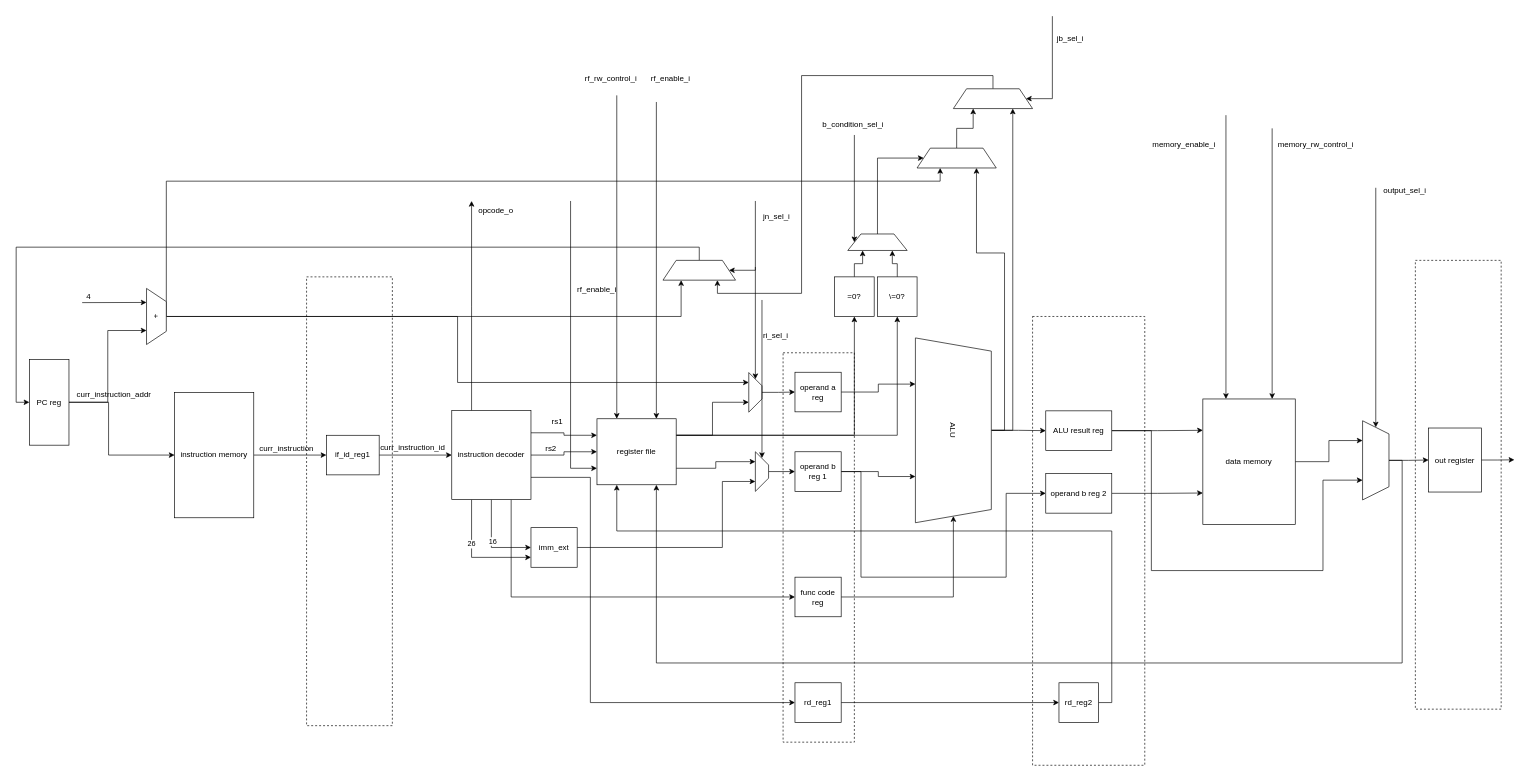
This is doc/DLX_DP.drawio from AKIRAsamadesu/DLX_proj, a draw.io file, before an edit. Source tidied: cells renumbered, new cells numbered last; positions are measured from the earlier drawing's top-left corner, leaving out a move shared by most shapes. Both pictures are drawn from the tidied source at 66%, with x=0, y=0 at pixel (29, 16).
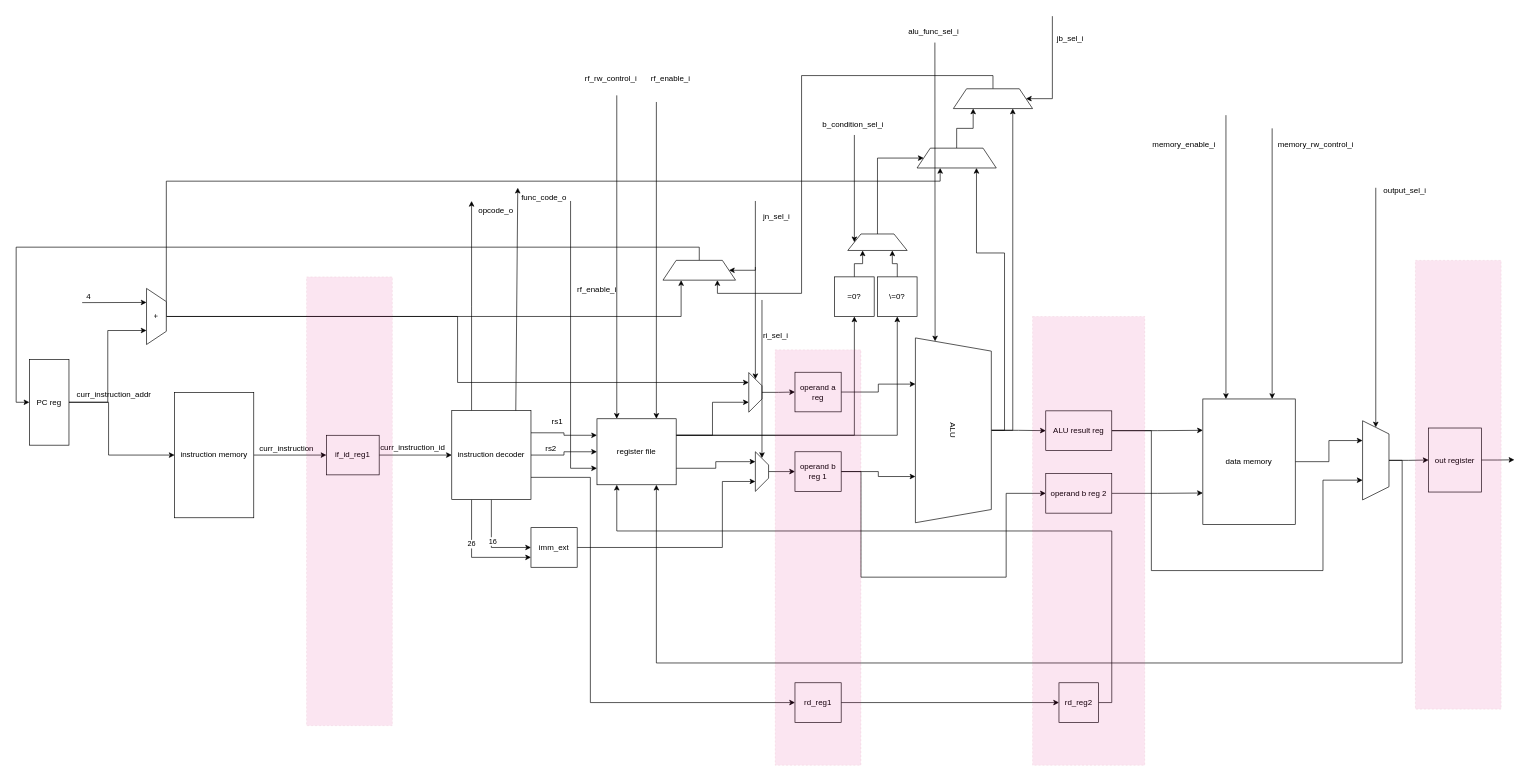
The same diagram, later.

Commit message (it also covers changes not shown here):
id_stage func_code output port, exe_stage func_sel input

The change refers to these unchanged cells:
```xml
<mxCell id="26" value="instruction decoder" style="rounded=0;whiteSpace=wrap;html=1;" parent="1" vertex="1">
  <mxGeometry x="640" y="597.5" width="120" height="135" as="geometry" />
</mxCell>
<mxCell id="45" value="ALU" style="shape=trapezoid;perimeter=trapezoidPerimeter;whiteSpace=wrap;html=1;fixedSize=1;rotation=90;" parent="1" vertex="1">
  <mxGeometry x="1260" y="570" width="280" height="115" as="geometry" />
</mxCell>
```

What changed in the source:
```diff
@@
-    <mxCell id="22" style="edgeStyle=orthogonalEdgeStyle;rounded=0;jettySize=auto;html=1;exitX=0.75;exitY=1;exitDx=0;exitDy=0;entryX=0;entryY=0.5;entryDx=0;entryDy=0;" parent="1" edge="1" source="26" target="41">
-      <mxGeometry relative="1" as="geometry" />
-    </mxCell>
@@
-    <mxCell id="40" style="edgeStyle=orthogonalEdgeStyle;rounded=0;jettySize=auto;html=1;exitX=1;exitY=0.5;exitDx=0;exitDy=0;entryX=1;entryY=0.5;entryDx=0;entryDy=0;" parent="1" edge="1" source="41" target="45">
-      <mxGeometry relative="1" as="geometry" />
-    </mxCell>
-    <mxCell id="41" value="func code reg" style="rounded=0;whiteSpace=wrap;html=1;" parent="1" vertex="1">
-      <mxGeometry x="1160" y="850" width="70" height="60" as="geometry" />
-    </mxCell>
@@
-    <mxCell id="98" style="rounded=0;whiteSpace=wrap;html=1;fillColor=none;dashed=1;" parent="1" vertex="1">
-      <mxGeometry x="1142" y="510" width="108" height="590" as="geometry" />
+    <mxCell id="98" style="rounded=0;whiteSpace=wrap;html=1;fillColor=#d80073;dashed=1;fontColor=#ffffff;strokeColor=#A50040;opacity=10;" parent="1" vertex="1">
+      <mxGeometry x="1130" y="505.5" width="130" height="629.5" as="geometry" />
     </mxCell>
-    <mxCell id="99" style="rounded=0;whiteSpace=wrap;html=1;fillColor=none;dashed=1;" parent="1" vertex="1">
+    <mxCell id="99" style="rounded=0;whiteSpace=wrap;html=1;fillColor=#d80073;dashed=1;fontColor=#ffffff;strokeColor=#A50040;opacity=10;" parent="1" vertex="1">
       <mxGeometry x="1520" y="455" width="170" height="680" as="geometry" />
     </mxCell>
-    <mxCell id="100" style="rounded=0;whiteSpace=wrap;html=1;fillColor=none;dashed=1;" parent="1" vertex="1">
+    <mxCell id="100" style="rounded=0;whiteSpace=wrap;html=1;fillColor=#d80073;dashed=1;fontColor=#ffffff;strokeColor=#A50040;opacity=10;" parent="1" vertex="1">
       <mxGeometry x="2100" y="370" width="130" height="680" as="geometry" />
     </mxCell>
-    <mxCell id="101" style="rounded=0;whiteSpace=wrap;html=1;fillColor=none;dashed=1;" parent="1" vertex="1">
+    <mxCell id="101" style="rounded=0;whiteSpace=wrap;html=1;fillColor=#d80073;dashed=1;fontColor=#ffffff;strokeColor=#A50040;opacity=10;" parent="1" vertex="1">
       <mxGeometry x="420" y="395" width="130" height="680" as="geometry" />
     </mxCell>
@@
+    <mxCell id="106" style="endArrow=classic;html=1;rounded=0;" parent="1" edge="1">
+      <mxGeometry relative="1" as="geometry">
+        <mxPoint x="737" y="597.5" as="sourcePoint" />
+        <mxPoint x="740" y="260" as="targetPoint" />
+      </mxGeometry>
+    </mxCell>
+    <mxCell id="107" value="func_code_o" style="text;html=1;strokeColor=none;fillColor=none;align=center;verticalAlign=middle;whiteSpace=wrap;rounded=0;" parent="1" vertex="1">
+      <mxGeometry x="750" y="260" width="60" height="30" as="geometry" />
+    </mxCell>
+    <mxCell id="108" style="endArrow=classic;html=1;rounded=0;entryX=0;entryY=0.75;entryDx=0;entryDy=0;" parent="1" edge="1" target="45">
+      <mxGeometry relative="1" as="geometry">
+        <mxPoint x="1372" y="40" as="sourcePoint" />
+      </mxGeometry>
+    </mxCell>
+    <mxCell id="109" value="alu_func_sel_i" style="text;whiteSpace=wrap;html=1;" parent="1" vertex="1">
+      <mxGeometry x="1330" y="10" width="110" height="40" as="geometry" />
+    </mxCell>
```
